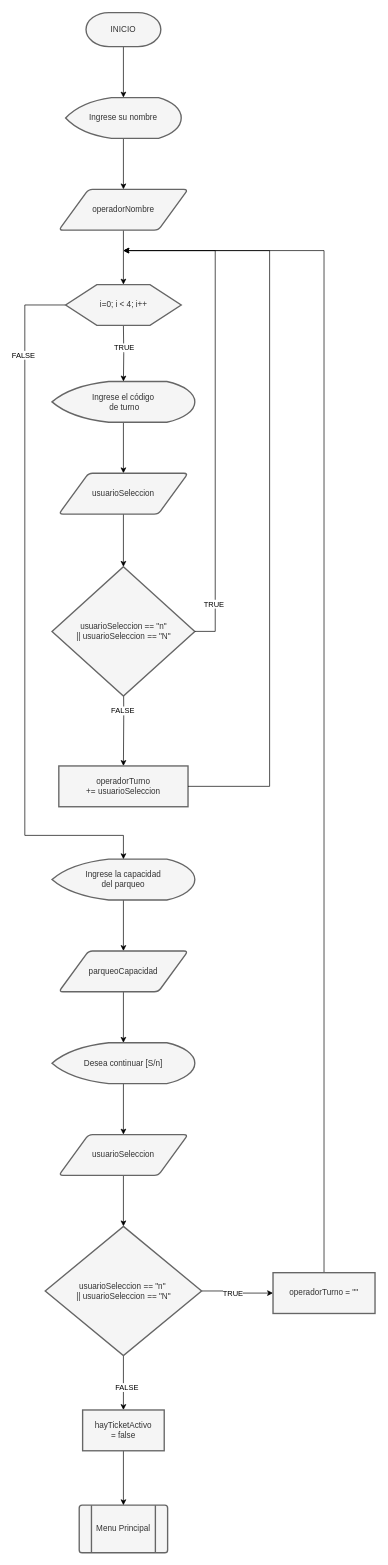
This is page "Registro Inicial" (1 of 6) of docs/Graficos.drawio from xrmerida/SmartPark, a draw.io file, before an edit. Source tidied: cells renumbered, new cells numbered last; positions are measured from the earlier drawing's top-left corner, leaving out a move shared by most shapes. Both pictures are drawn from the tidied source at 68%, with x=0, y=0 at pixel (24, 12).
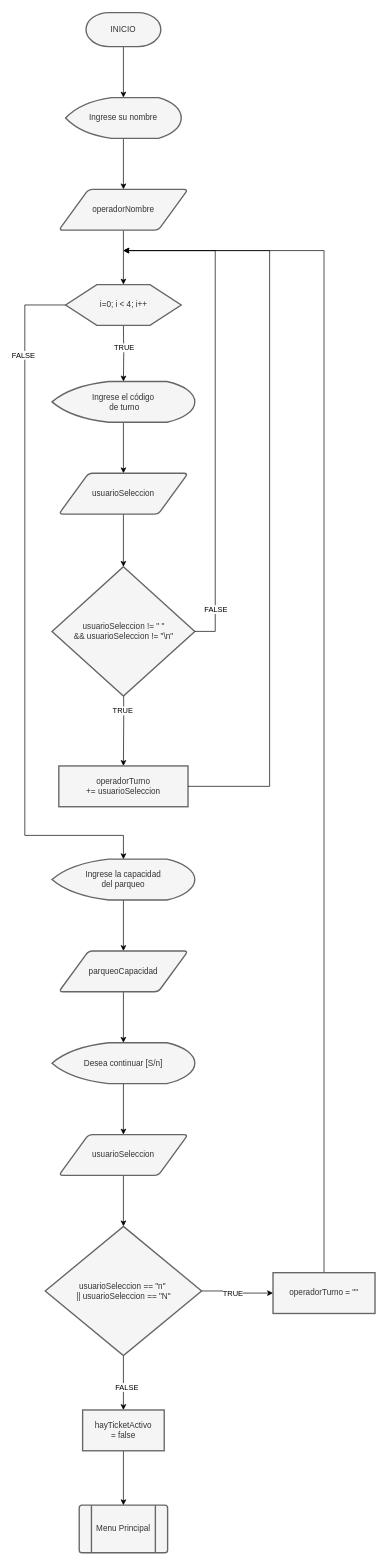
The same page after the edit.

Unchanged cells that the change refers to:
```xml
<mxCell id="29" style="edgeStyle=orthogonalEdgeStyle;rounded=0;jettySize=auto;html=1;" parent="1" edge="1" target="31">
  <mxGeometry relative="1" as="geometry">
    <mxPoint x="145" y="955" as="sourcePoint" />
  </mxGeometry>
</mxCell>
<mxCell id="37" style="edgeStyle=orthogonalEdgeStyle;rounded=0;jettySize=auto;html=1;exitX=1;exitY=0.5;exitDx=0;exitDy=0;exitPerimeter=0;" parent="1" edge="1" source="36">
  <mxGeometry relative="1" as="geometry">
    <mxPoint x="145" y="350" as="targetPoint" />
    <Array as="points">
      <mxPoint x="280" y="910" />
      <mxPoint x="280" y="350" />
    </Array>
  </mxGeometry>
</mxCell>
```

What changed in the source:
```diff
@@
-    <mxCell id="30" value="FALSE" style="edgeLabel;html=1;align=center;verticalAlign=middle;" parent="29" vertex="1">
+    <mxCell id="30" value="TRUE" style="edgeLabel;html=1;align=center;verticalAlign=middle;" parent="29" vertex="1">
       <mxGeometry x="-0.07" y="-2" relative="1" as="geometry" />
     </mxCell>
@@
-    <mxCell id="36" value="&lt;div&gt;usuarioSeleccion == &quot;n&quot;&lt;/div&gt;&lt;div&gt;|| usuarioSeleccion == &quot;N&quot;&lt;/div&gt;" style="strokeWidth=2;html=1;shape=mxgraph.flowchart.decision;fillColor=#f5f5f5;fontColor=#333333;strokeColor=#666666;verticalAlign=middle;align=center;labelPosition=center;verticalLabelPosition=middle;shadow=0;" parent="1" vertex="1">
+    <mxCell id="36" value="&lt;div&gt;usuarioSeleccion != &quot; &quot;&lt;/div&gt;&lt;div&gt;&amp;amp;&amp;amp; usuarioSeleccion != &quot;\n&quot;&lt;/div&gt;" style="strokeWidth=2;html=1;shape=mxgraph.flowchart.decision;fillColor=#f5f5f5;fontColor=#333333;strokeColor=#666666;verticalAlign=middle;align=center;labelPosition=center;verticalLabelPosition=middle;shadow=0;" parent="1" vertex="1">
       <mxGeometry x="40" y="815" width="210" height="190" as="geometry" />
     </mxCell>
@@
-    <mxCell id="38" value="TRUE" style="edgeLabel;html=1;align=center;verticalAlign=middle;" parent="37" vertex="1">
-      <mxGeometry x="-0.83" y="3" relative="1" as="geometry">
-        <mxPoint y="-9" as="offset" />
-      </mxGeometry>
-    </mxCell>
+    <mxCell id="42" value="FALSE" style="edgeLabel;html=1;align=center;verticalAlign=middle;" parent="37" vertex="1">
+      <mxGeometry x="-0.83" relative="1" as="geometry">
+        <mxPoint y="-1" as="offset" />
+      </mxGeometry>
+    </mxCell>
```
